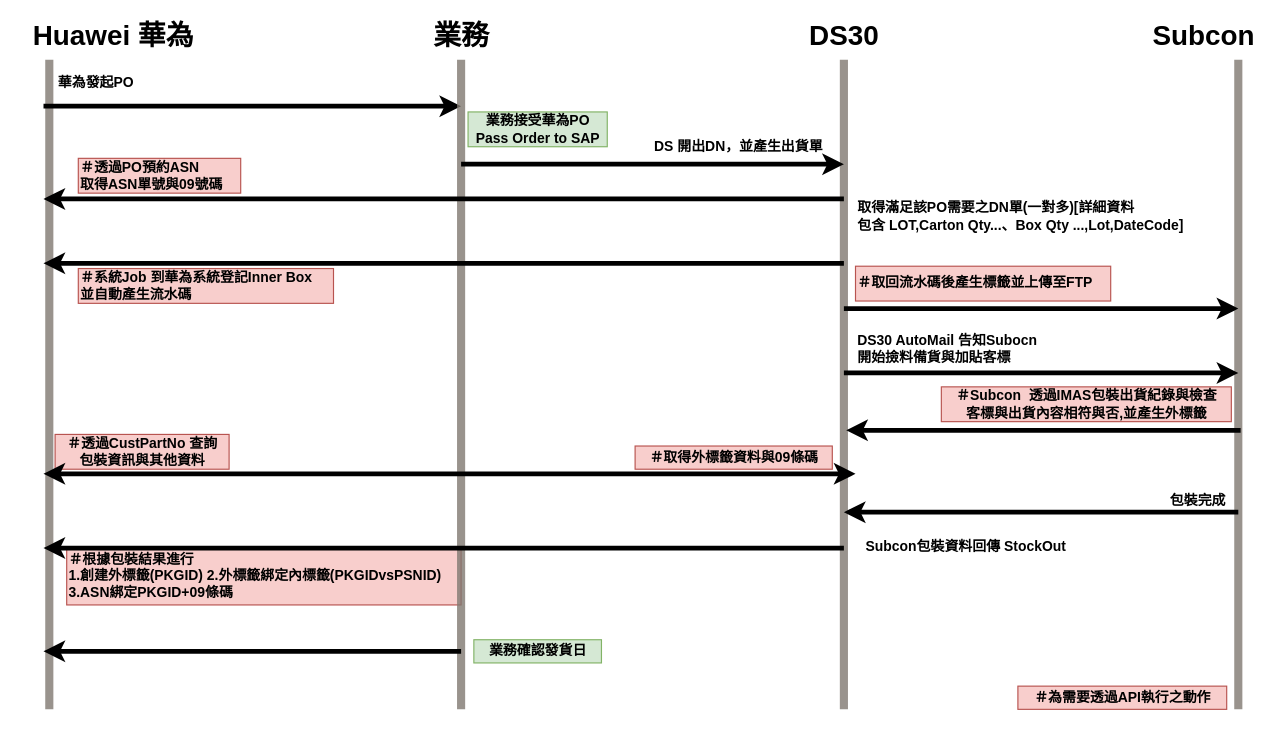
Above: Huawei_ASN_Flow.drawio in Charles886/DrawIO (draw.io), before the change. Source tidied: cells renumbered, new cells numbered last; positions are measured from the earlier drawing's top-left corner, leaving out a move shared by most shapes. Both pictures are drawn from the tidied source at 116%, with x=0, y=0 at pixel (20, 24).
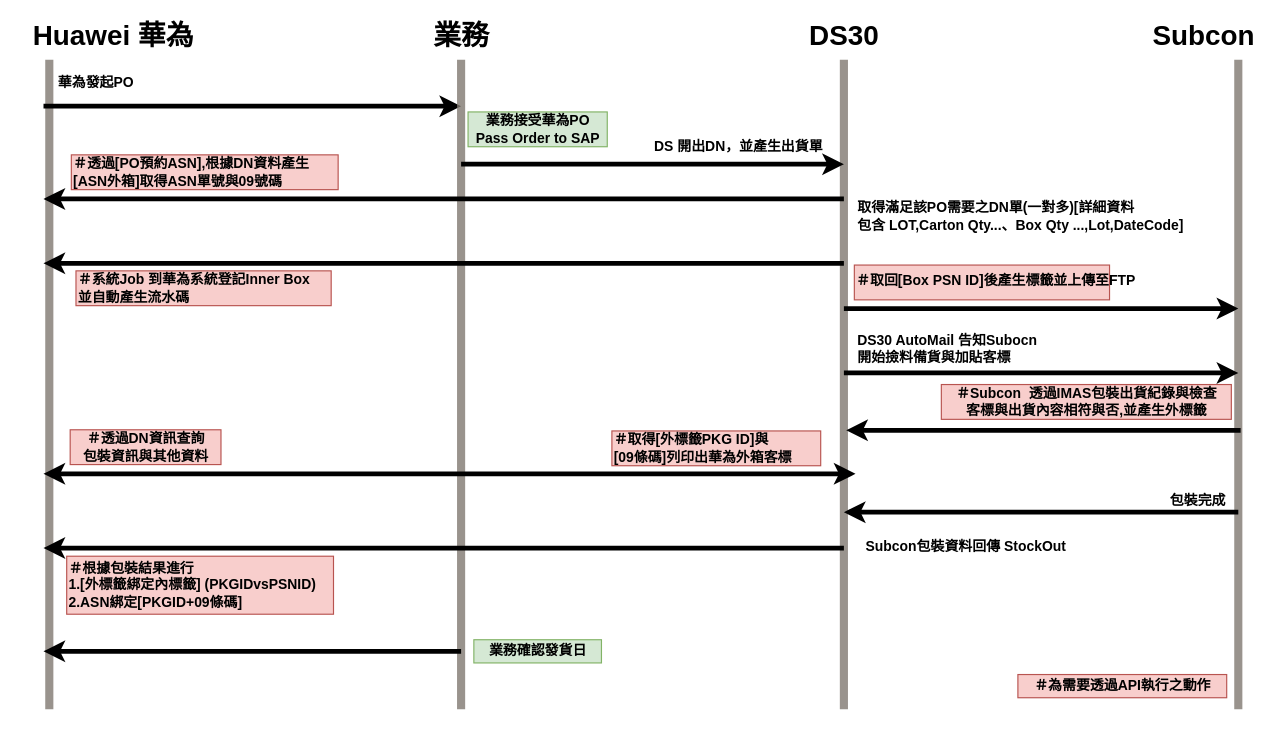
The same page after the edit.

Diff of the diagram source:
```diff
@@
     <mxCell id="3" value="＃Subcon&amp;nbsp; 透過IMAS包裝出貨紀錄與檢查&lt;br&gt;客標與出貨內容相符與否,並產生外標籤" style="text;html=1;align=center;verticalAlign=middle;fontStyle=1;fillColor=#f8cecc;strokeColor=#b85450;" parent="1" vertex="1">
-      <mxGeometry x="794" y="312" width="250" height="30" as="geometry" />
+      <mxGeometry x="794" y="310" width="250" height="30" as="geometry" />
     </mxCell>
-    <mxCell id="4" value="＃根據包裝結果進行&lt;br&gt;1.創建外標籤(PKGID) 2.外標籤綁定內標籤(PKGIDvsPSNID) &lt;br&gt;3.ASN綁定PKGID+09條碼" style="text;html=1;align=left;verticalAlign=middle;fontStyle=1;fillColor=#f8cecc;strokeColor=#b85450;" parent="1" vertex="1">
-      <mxGeometry x="40" y="450" width="340" height="50" as="geometry" />
+    <mxCell id="4" value="＃根據包裝結果進行&lt;br&gt;1.[外標籤綁定內標籤] (PKGIDvsPSNID) &lt;br&gt;2.ASN綁定[PKGID+09條碼]" style="text;html=1;align=left;verticalAlign=middle;fontStyle=1;fillColor=#f8cecc;strokeColor=#b85450;" parent="1" vertex="1">
+      <mxGeometry x="40" y="458" width="230" height="50" as="geometry" />
     </mxCell>
@@
-    <mxCell id="19" value="＃透過PO預約ASN&lt;br&gt;取得ASN單號與09號碼" style="text;html=1;align=left;verticalAlign=middle;fontStyle=1;fillColor=#f8cecc;strokeColor=#b85450;" parent="1" vertex="1">
-      <mxGeometry x="50" y="115" width="140" height="30" as="geometry" />
+    <mxCell id="19" value="＃透過[PO預約ASN],根據DN資料產生&lt;br&gt;[ASN外箱]取得ASN單號與09號碼" style="text;html=1;align=left;verticalAlign=middle;fontStyle=1;fillColor=#f8cecc;strokeColor=#b85450;" parent="1" vertex="1">
+      <mxGeometry x="44" y="112" width="230" height="30" as="geometry" />
     </mxCell>
@@
     <mxCell id="21" value="＃系統Job 到華為系統登記Inner Box&lt;br&gt;並自動產生流水碼" style="text;html=1;align=left;verticalAlign=middle;fontStyle=1;fillColor=#f8cecc;strokeColor=#b85450;" parent="1" vertex="1">
-      <mxGeometry x="50" y="210" width="220" height="30" as="geometry" />
+      <mxGeometry x="48" y="212" width="220" height="30" as="geometry" />
     </mxCell>
@@
-    <mxCell id="25" value="＃取得外標籤資料與09條碼" style="text;html=1;align=center;verticalAlign=middle;fontStyle=1;fillColor=#f8cecc;strokeColor=#b85450;" parent="1" vertex="1">
-      <mxGeometry x="530" y="363" width="170" height="20" as="geometry" />
+    <mxCell id="25" value="＃取得[外標籤PKG ID]與&lt;br&gt;[09條碼]列印出華為外箱客標" style="text;html=1;align=left;verticalAlign=middle;fontStyle=1;fillColor=#f8cecc;strokeColor=#b85450;" parent="1" vertex="1">
+      <mxGeometry x="510" y="350" width="180" height="30" as="geometry" />
     </mxCell>
-    <mxCell id="26" value="＃透過CustPartNo 查詢&lt;br&gt;包裝資訊與其他資料" style="text;html=1;align=center;verticalAlign=middle;fontStyle=1;fillColor=#f8cecc;strokeColor=#b85450;" parent="1" vertex="1">
-      <mxGeometry x="30" y="353" width="150" height="30" as="geometry" />
+    <mxCell id="26" value="＃透過DN資訊查詢&lt;br&gt;包裝資訊與其他資料" style="text;html=1;align=center;verticalAlign=middle;fontStyle=1;fillColor=#f8cecc;strokeColor=#b85450;" parent="1" vertex="1">
+      <mxGeometry x="43" y="349" width="130" height="30" as="geometry" />
     </mxCell>
@@
     <mxCell id="34" value="＃為需要透過API執行之動作" style="text;html=1;align=center;verticalAlign=middle;fontStyle=1;fillColor=#f8cecc;strokeColor=#b85450;" parent="1" vertex="1">
-      <mxGeometry x="860" y="570" width="180" height="20" as="geometry" />
+      <mxGeometry x="860" y="560" width="180" height="20" as="geometry" />
     </mxCell>
-    <mxCell id="35" value="&lt;span style=&quot;font-weight: 700&quot;&gt;＃&lt;/span&gt;&lt;b&gt;取回流水碼後產生標籤並上傳至FTP&lt;/b&gt;" style="text;html=1;fillColor=#f8cecc;strokeColor=#b85450;" parent="1" vertex="1">
-      <mxGeometry x="720" y="208" width="220" height="30" as="geometry" />
+    <mxCell id="35" value="&lt;span style=&quot;font-weight: 700&quot;&gt;＃&lt;/span&gt;&lt;b&gt;取回[Box PSN ID]後產生標籤並上傳至FTP&lt;/b&gt;" style="text;html=1;fillColor=#f8cecc;strokeColor=#b85450;" parent="1" vertex="1">
+      <mxGeometry x="719" y="207" width="220" height="30" as="geometry" />
     </mxCell>
```
